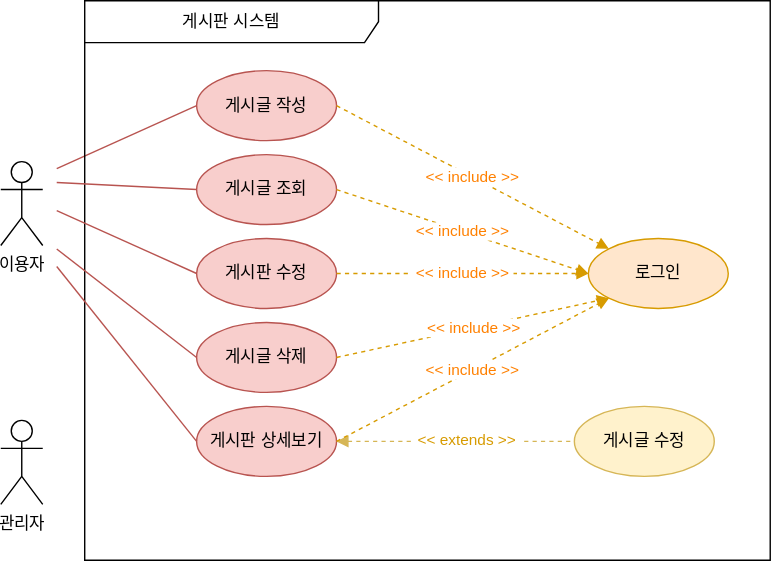
Before: 게시판시스템.drawio.svg, a diagram exported from draw.io (sminxxi/multi_it_test). Source tidied: cells renumbered, new cells last; positions are measured from the earlier drawing's top-left corner, leaving out a move shared by most shapes.
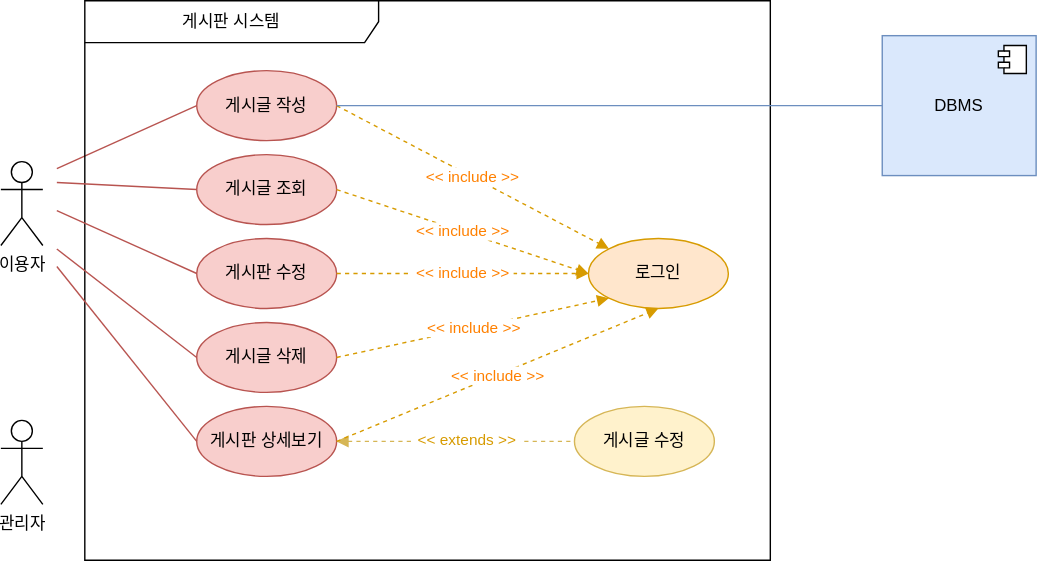
Above is the later version.

Commit message:
게시판시스템.drawio.svg 수정

What changed in the source:
```diff
@@ -79,8 +79,19 @@
     <mxCell id="22" value="&amp;nbsp;&amp;lt;&amp;lt; include &amp;gt;&amp;gt;&amp;nbsp;" style="rounded=0;jettySize=auto;html=1;endArrow=block;endFill=1;dashed=1;strokeWidth=1;fillColor=#ffe6cc;strokeColor=#d79b00;fontColor=#FF8000;exitX=1;exitY=0.5;exitDx=0;exitDy=0;entryX=0;entryY=1;entryDx=0;entryDy=0;" parent="1" edge="1" source="12" target="10">
       <mxGeometry relative="1" as="geometry" />
     </mxCell>
-    <mxCell id="23" value="&amp;nbsp;&amp;lt;&amp;lt; include &amp;gt;&amp;gt;&amp;nbsp;" style="rounded=0;jettySize=auto;html=1;endArrow=block;endFill=1;dashed=1;strokeWidth=1;fillColor=#ffe6cc;strokeColor=#d79b00;fontColor=#FF8000;exitX=1;exitY=0.5;exitDx=0;exitDy=0;entryX=0;entryY=1;entryDx=0;entryDy=0;" parent="1" edge="1" source="9" target="10">
+    <mxCell id="23" value="&amp;nbsp;&amp;lt;&amp;lt; include &amp;gt;&amp;gt;&amp;nbsp;" style="rounded=0;jettySize=auto;html=1;endArrow=block;endFill=1;dashed=1;strokeWidth=1;fillColor=#ffe6cc;strokeColor=#d79b00;fontColor=#FF8000;exitX=1;exitY=0.5;exitDx=0;exitDy=0;entryX=0.5;entryY=1;entryDx=0;entryDy=0;" parent="1" edge="1" source="9" target="10">
       <mxGeometry relative="1" as="geometry" />
     </mxCell>
+    <mxCell id="24" style="rounded=0;jettySize=auto;html=1;endArrow=none;endFill=0;fillColor=#dae8fc;strokeColor=#6c8ebf;exitX=1;exitY=0.5;exitDx=0;exitDy=0;" parent="1" edge="1" source="6" target="25">
+      <mxGeometry relative="1" as="geometry" />
+    </mxCell>
+    <mxCell id="25" value="DBMS" style="html=1;whiteSpace=wrap;fillColor=#dae8fc;strokeColor=#6c8ebf;" parent="1" vertex="1">
+      <mxGeometry x="630" y="25" width="110" height="100" as="geometry" />
+    </mxCell>
+    <mxCell id="26" style="shape=module;jettyWidth=8;jettyHeight=4;" parent="25" vertex="1">
+      <mxGeometry x="1" width="20" height="20" relative="1" as="geometry">
+        <mxPoint x="-27" y="7" as="offset" />
+      </mxGeometry>
+    </mxCell>
   </root>
 </mxGraphModel>
```
